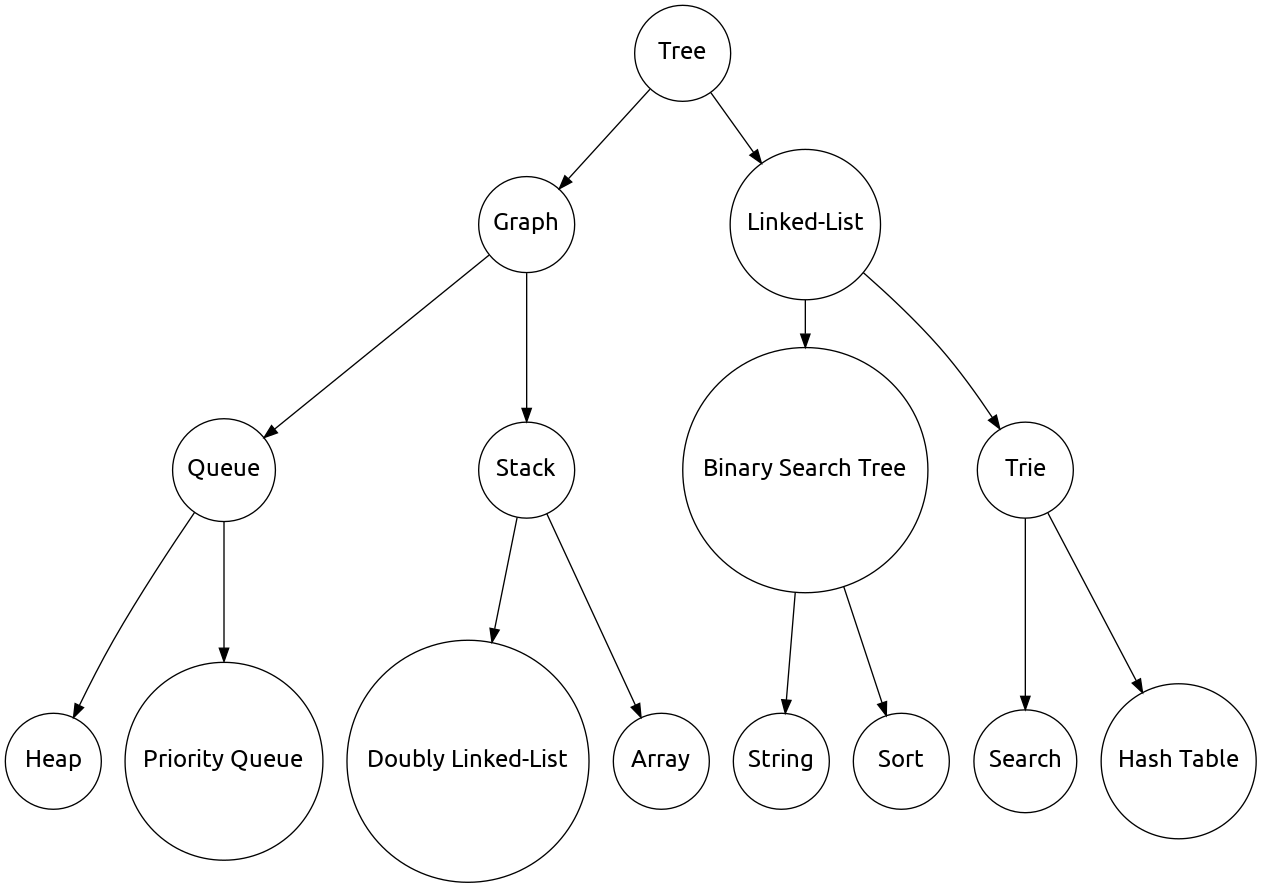
mustafasencer/AlgorithmDataStructureWithGraphviz keeps this Graphviz diagram as drawer/Digraph.gv.png. Above is the earlier version. Its source is kept beside it as drawer/Digraph.gv.
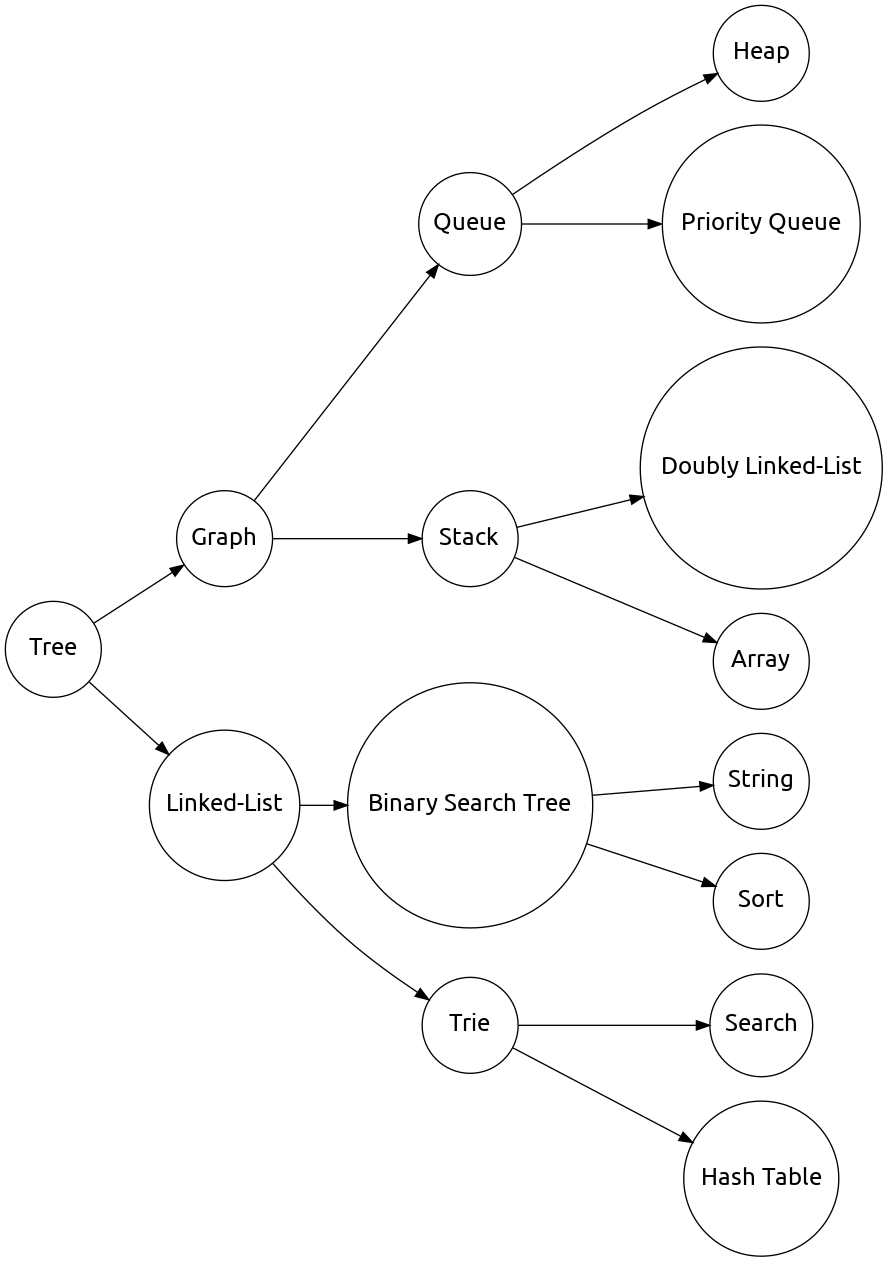
Above is the later version.

Diff of the diagram source:
```diff
@@ -1,5 +1,5 @@
 digraph {
-	name=Tree rankdir=TB
+	name="" rankdir=LR
 	1 [label=<<FONT POINT-SIZE="18" FACE="ubuntu">Tree</FONT><BR ALIGN="CENTER"/>> height=1 shape=circle width=1]
 	2 [label=<<FONT POINT-SIZE="18" FACE="ubuntu">Graph</FONT><BR ALIGN="CENTER"/>> height=1 shape=circle width=1]
 	3 [label=<<FONT POINT-SIZE="18" FACE="ubuntu">Linked-List</FONT><BR ALIGN="CENTER"/>> height=1 shape=circle width=1]
```
